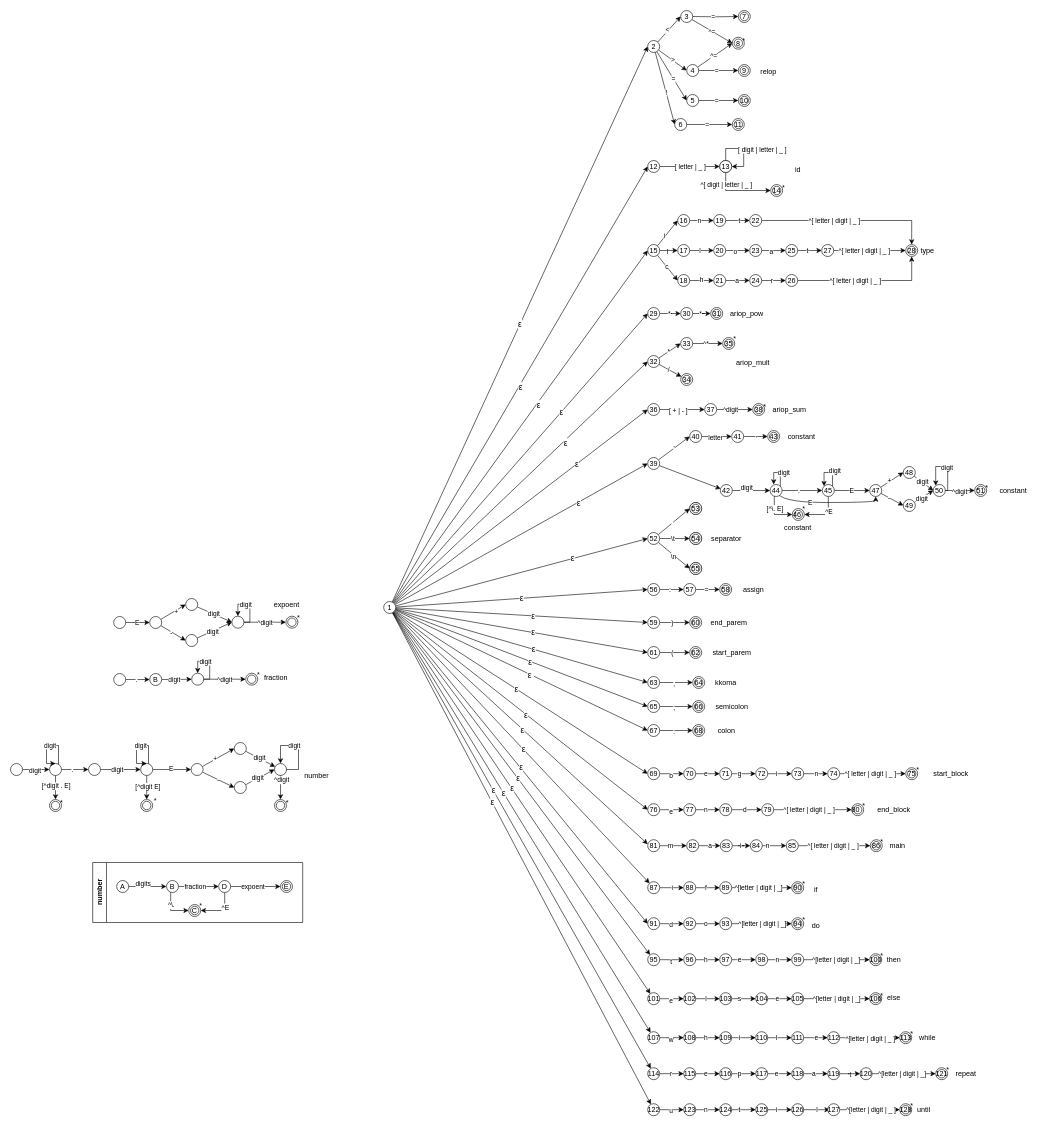
Before: page "main_afnd" (5 of 6) of afnd.drawio in heitorfreitasferreira/compiler_gbc071, a draw.io diagram. Source tidied: cells renumbered, new cells numbered last; positions are measured from the earlier drawing's top-left corner, leaving out a move shared by most shapes. Both pictures are drawn from the tidied source at 60%, with x=0, y=0 at pixel (10, 10).
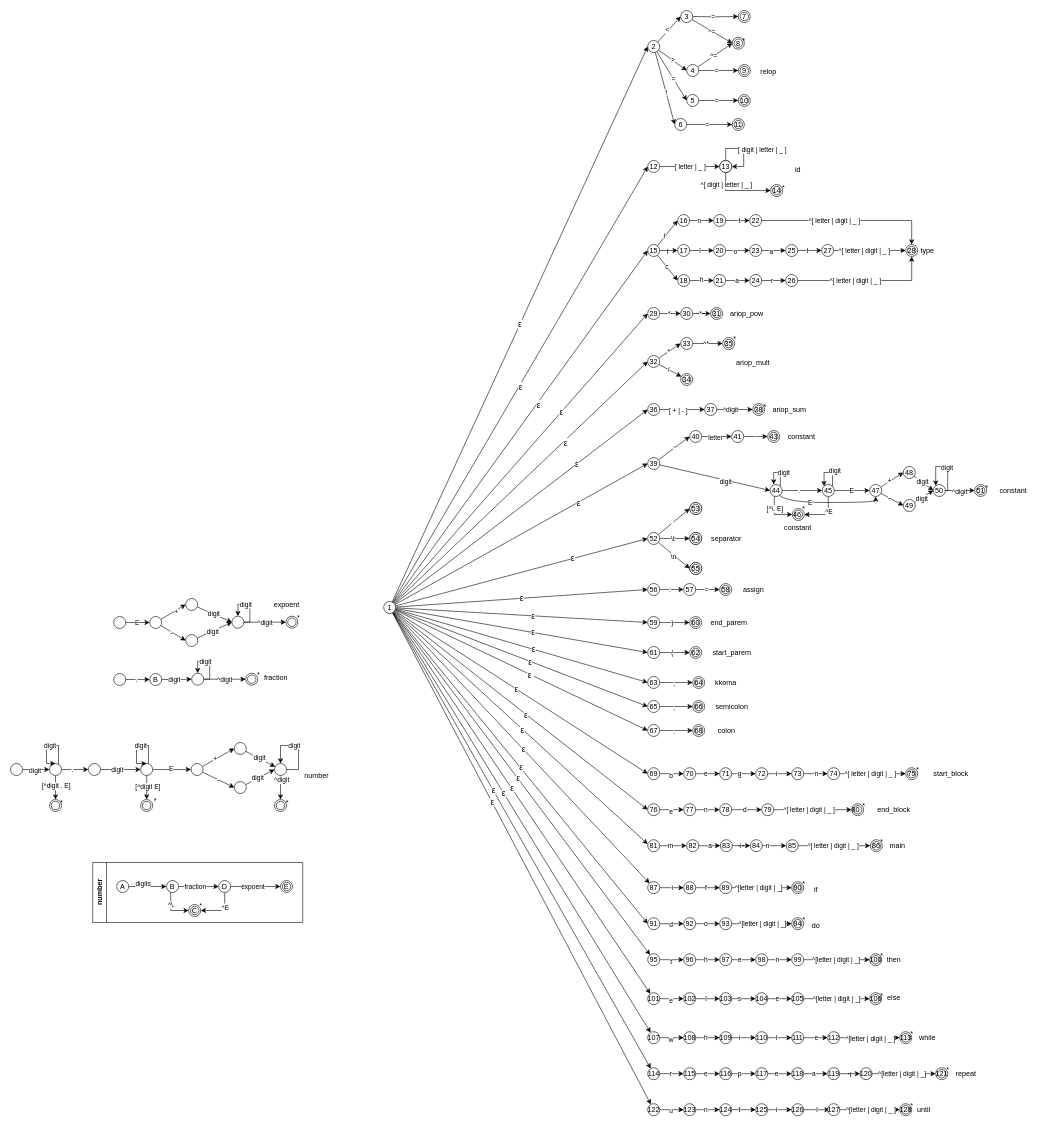
Above is the later version.

Unchanged cells that the change refers to:
```xml
<mxCell id="354" value="39" style="ellipse;whiteSpace=wrap;html=1;perimeterSpacing=0;shadow=0;" parent="1" vertex="1">
  <mxGeometry x="1062" y="745" width="20" height="20" as="geometry" />
</mxCell>
<mxCell id="419" value="44" style="ellipse;whiteSpace=wrap;html=1;perimeterSpacing=0;shadow=0;" parent="1" vertex="1">
  <mxGeometry x="1266" y="790" width="20" height="20" as="geometry" />
</mxCell>
```

What changed in the source:
```diff
@@
-    <mxCell id="353" style="rounded=0;jettySize=auto;html=1;entryX=0.033;entryY=0.36;entryDx=0;entryDy=0;entryPerimeter=0;" parent="1" edge="1" source="354" target="412">
+    <mxCell id="353" style="rounded=0;jettySize=auto;html=1;entryX=0;entryY=0.5;entryDx=0;entryDy=0;" parent="1" edge="1" source="354" target="419">
       <mxGeometry relative="1" as="geometry" />
     </mxCell>
+    <mxCell id="411" value="digit" style="edgeLabel;html=1;align=center;verticalAlign=middle;" parent="353" vertex="1">
+      <mxGeometry x="0.2" y="-2" relative="1" as="geometry" />
+    </mxCell>
@@
-    <mxCell id="410" style="rounded=0;jettySize=auto;html=1;entryX=0;entryY=0.5;entryDx=0;entryDy=0;" parent="1" edge="1" source="412" target="419">
-      <mxGeometry relative="1" as="geometry" />
-    </mxCell>
-    <mxCell id="411" value="digit" style="edgeLabel;html=1;align=center;verticalAlign=middle;" parent="410" vertex="1">
-      <mxGeometry x="-0.12" relative="1" as="geometry">
-        <mxPoint x="-5" y="-5" as="offset" />
-      </mxGeometry>
-    </mxCell>
-    <mxCell id="412" value="42" style="ellipse;whiteSpace=wrap;html=1;perimeterSpacing=0;shadow=0;" parent="1" vertex="1">
-      <mxGeometry x="1183" y="790" width="20" height="20" as="geometry" />
-    </mxCell>
```
